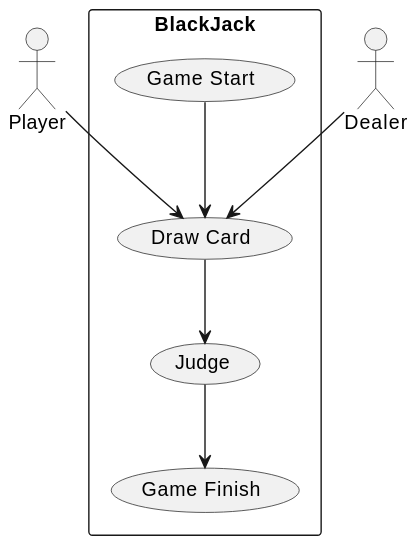
Above: out/src/PlantUML/BlackJackUseCase/Blackjack.svg in RohanKid/BlackJack (PlantUML), before the change. The source it was exported from:
```plantuml
@startuml Blackjack
rectangle BlackJack {
  usecase "Game Start" as UC1
  usecase "Draw Card" as UC2
  usecase "Judge" as UC3
  usecase "Game Finish" as UC4
}
actor "Player" as Me
actor "Dealer" as Dl
Dl --> UC2
UC1 --> UC2
UC2 --> UC3
UC3 --> UC4
Me --> UC2
@enduml
```
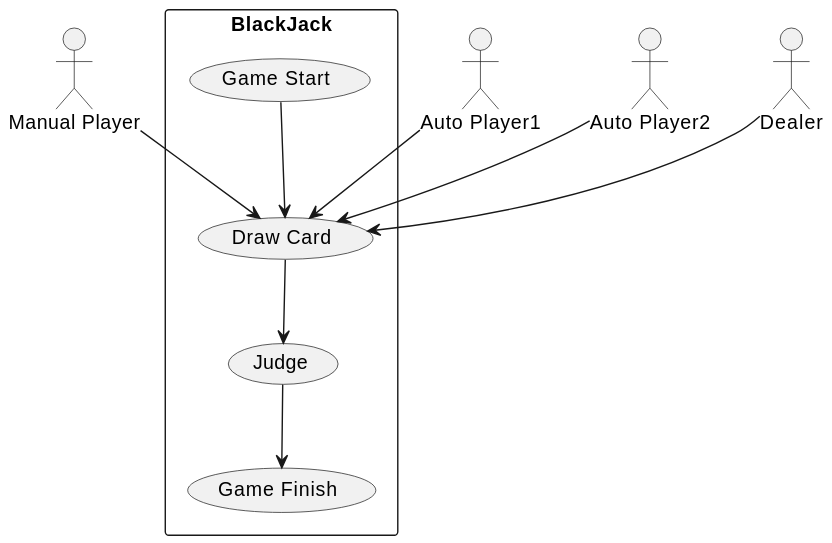
The same diagram one commit later.

Change to the diagram source:
```diff
@@ -5,11 +5,15 @@
   usecase "Judge" as UC3
   usecase "Game Finish" as UC4
 }
-actor "Player" as Me
+actor "Manual Player" as Me
+actor "Auto Player1" as Pl1
+actor "Auto Player2" as Pl2
 actor "Dealer" as Dl
 Dl --> UC2
 UC1 --> UC2
 UC2 --> UC3
 UC3 --> UC4
 Me --> UC2
+Pl1 --> UC2
+Pl2 --> UC2
 @enduml
```
